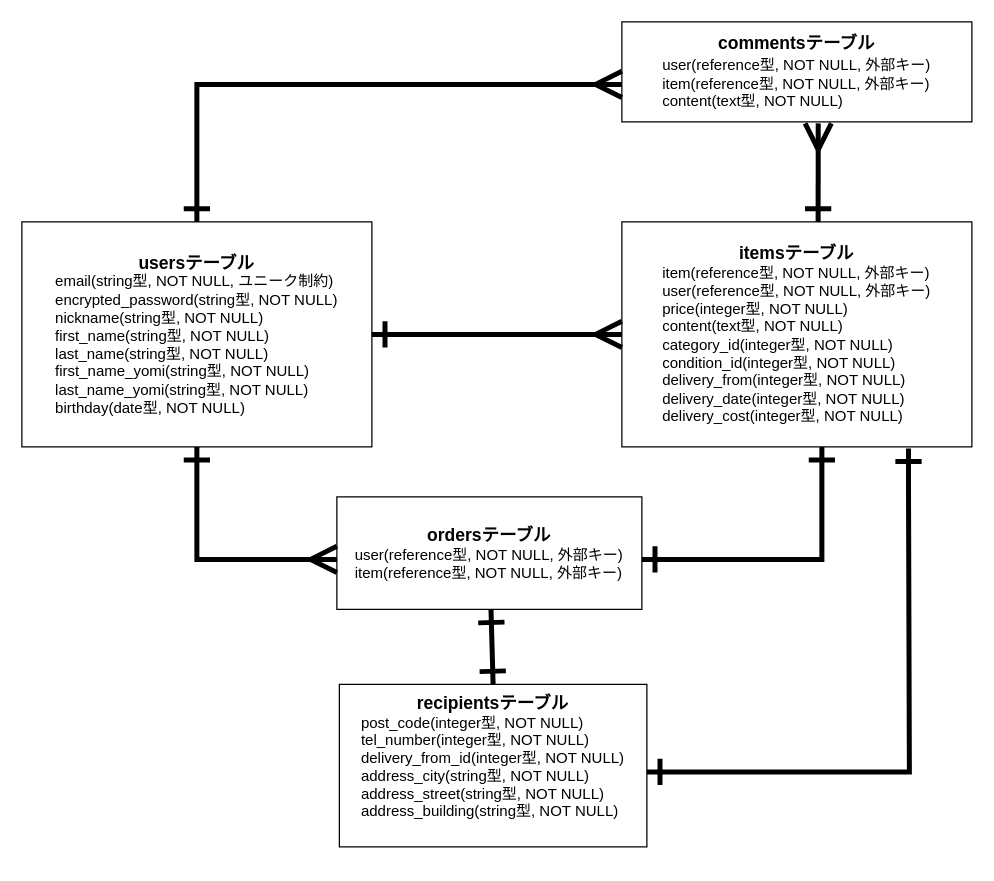
The draw.io diagram config/erzu.dio in tsukitoremon/furima-39857, before the edit. Source tidied: cells renumbered, new cells numbered last; positions are measured from the earlier drawing's top-left corner, leaving out a move shared by most shapes. Both pictures are drawn from the tidied source at 125%, with x=0, y=0 at pixel (21, 21).
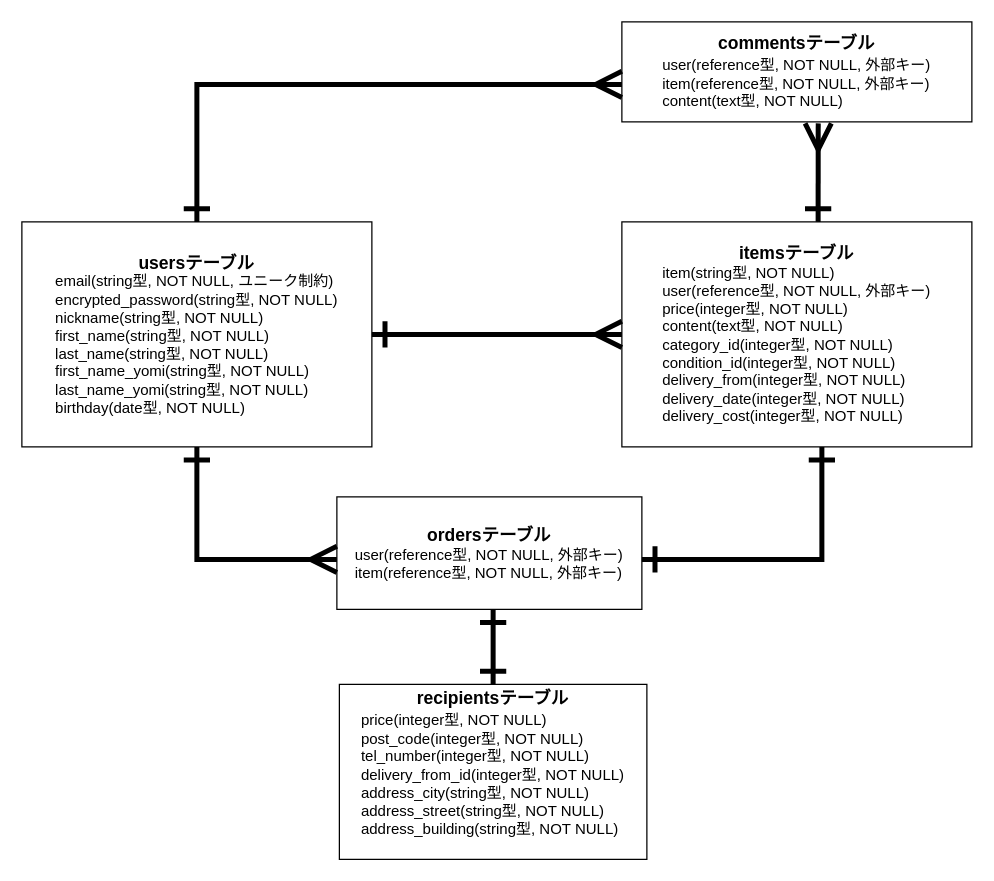
The same page after the edit.

Commit message (it also covers changes not shown here):
#3 データベース設計（再々々々々々々）

The change refers to these unchanged cells:
```xml
<mxCell id="4" value="&lt;font style=&quot;font-size: 14px;&quot;&gt;&lt;b&gt;ordersテーブル&lt;/b&gt;&lt;/font&gt;&lt;br&gt;&lt;div style=&quot;text-align: left;&quot;&gt;&lt;span style=&quot;background-color: initial;&quot;&gt;user(reference型, NOT NULL, 外部キー)&lt;/span&gt;&lt;/div&gt;&lt;div style=&quot;text-align: left;&quot;&gt;&lt;span style=&quot;background-color: initial;&quot;&gt;item(reference型, NOT NULL, 外部キー)&lt;/span&gt;&lt;/div&gt;" style="whiteSpace=wrap;html=1;" parent="1" vertex="1">
  <mxGeometry x="252" y="380" width="244" height="90" as="geometry" />
</mxCell>
```

The edit, as a diff of the source:
```diff
@@
-    <mxCell id="3" value="&lt;font style=&quot;font-size: 14px;&quot;&gt;&lt;b&gt;itemsテーブル&lt;/b&gt;&lt;/font&gt;&lt;br&gt;&lt;div style=&quot;text-align: left;&quot;&gt;&lt;span style=&quot;background-color: initial;&quot;&gt;item(reference型, NOT NULL, 外部キー)&lt;/span&gt;&lt;/div&gt;&lt;div style=&quot;text-align: left;&quot;&gt;&lt;span style=&quot;background-color: initial;&quot;&gt;user(reference型, NOT NULL, 外部キー)&lt;/span&gt;&lt;/div&gt;&lt;div style=&quot;text-align: left;&quot;&gt;price(integer型, NOT NULL)&lt;span style=&quot;background-color: initial;&quot;&gt;&lt;br&gt;&lt;/span&gt;&lt;/div&gt;&lt;div style=&quot;text-align: left;&quot;&gt;content(text型, NOT NULL)&lt;br&gt;&lt;/div&gt;&lt;div style=&quot;text-align: left;&quot;&gt;&lt;span style=&quot;background-color: initial;&quot;&gt;category_id(integer型, NOT NULL)&lt;/span&gt;&lt;/div&gt;&lt;div style=&quot;text-align: left;&quot;&gt;condition_id(integer型, NOT NULL)&lt;span style=&quot;background-color: initial;&quot;&gt;&lt;br&gt;&lt;/span&gt;&lt;/div&gt;&lt;div style=&quot;text-align: left;&quot;&gt;delivery_from(integer型, NOT NULL)&lt;br&gt;&lt;/div&gt;&lt;div style=&quot;text-align: left;&quot;&gt;&lt;span style=&quot;background-color: initial;&quot;&gt;delivery_date(integer型, NOT NULL)&lt;/span&gt;&lt;/div&gt;&lt;div style=&quot;text-align: left;&quot;&gt;delivery_cost(integer型, NOT NULL)&lt;span style=&quot;background-color: initial;&quot;&gt;&lt;br&gt;&lt;/span&gt;&lt;/div&gt;" style="whiteSpace=wrap;html=1;" parent="1" vertex="1">
+    <mxCell id="3" value="&lt;font style=&quot;font-size: 14px;&quot;&gt;&lt;b&gt;itemsテーブル&lt;/b&gt;&lt;/font&gt;&lt;br&gt;&lt;div style=&quot;text-align: left;&quot;&gt;&lt;span style=&quot;background-color: initial;&quot;&gt;item(string型, NOT NULL)&lt;/span&gt;&lt;/div&gt;&lt;div style=&quot;text-align: left;&quot;&gt;&lt;span style=&quot;background-color: initial;&quot;&gt;user(reference型, NOT NULL, 外部キー)&lt;/span&gt;&lt;/div&gt;&lt;div style=&quot;text-align: left;&quot;&gt;price(integer型, NOT NULL)&lt;span style=&quot;background-color: initial;&quot;&gt;&lt;br&gt;&lt;/span&gt;&lt;/div&gt;&lt;div style=&quot;text-align: left;&quot;&gt;content(text型, NOT NULL)&lt;br&gt;&lt;/div&gt;&lt;div style=&quot;text-align: left;&quot;&gt;&lt;span style=&quot;background-color: initial;&quot;&gt;category_id(integer型, NOT NULL)&lt;/span&gt;&lt;/div&gt;&lt;div style=&quot;text-align: left;&quot;&gt;condition_id(integer型, NOT NULL)&lt;span style=&quot;background-color: initial;&quot;&gt;&lt;br&gt;&lt;/span&gt;&lt;/div&gt;&lt;div style=&quot;text-align: left;&quot;&gt;delivery_from(integer型, NOT NULL)&lt;br&gt;&lt;/div&gt;&lt;div style=&quot;text-align: left;&quot;&gt;&lt;span style=&quot;background-color: initial;&quot;&gt;delivery_date(integer型, NOT NULL)&lt;/span&gt;&lt;/div&gt;&lt;div style=&quot;text-align: left;&quot;&gt;delivery_cost(integer型, NOT NULL)&lt;span style=&quot;background-color: initial;&quot;&gt;&lt;br&gt;&lt;/span&gt;&lt;/div&gt;" style="whiteSpace=wrap;html=1;" parent="1" vertex="1">
       <mxGeometry x="480" y="160" width="280" height="180" as="geometry" />
     </mxCell>
@@
-    <mxCell id="11" value="&lt;font style=&quot;font-size: 14px;&quot;&gt;&lt;b&gt;recipientsテーブル&lt;br&gt;&lt;/b&gt;&lt;/font&gt;&lt;div style=&quot;text-align: left;&quot;&gt;&lt;span style=&quot;background-color: initial;&quot;&gt;post_code(integer型, NOT NULL)&lt;/span&gt;&lt;/div&gt;&lt;div style=&quot;text-align: left;&quot;&gt;&lt;span style=&quot;background-color: initial;&quot;&gt;tel_number(integer型, NOT NULL)&lt;/span&gt;&lt;/div&gt;&lt;div style=&quot;text-align: left;&quot;&gt;&lt;span style=&quot;background-color: initial;&quot;&gt;delivery_from_id(integer型, NOT NULL)&lt;/span&gt;&lt;/div&gt;&lt;div style=&quot;text-align: left;&quot;&gt;&lt;span style=&quot;background-color: initial;&quot;&gt;address_city(string型, NOT NULL)&lt;/span&gt;&lt;/div&gt;&lt;div style=&quot;text-align: left;&quot;&gt;address_street(string型, NOT NULL)&lt;span style=&quot;background-color: initial;&quot;&gt;&lt;br&gt;&lt;/span&gt;&lt;/div&gt;&lt;div style=&quot;text-align: left;&quot;&gt;address_building(string型, NOT NULL)&lt;br&gt;&lt;/div&gt;&lt;div style=&quot;text-align: left;&quot;&gt;&lt;br&gt;&lt;/div&gt;" style="whiteSpace=wrap;html=1;" parent="1" vertex="1">
-      <mxGeometry x="254" y="530" width="246" height="130" as="geometry" />
+    <mxCell id="11" value="&lt;font style=&quot;font-size: 14px;&quot;&gt;&lt;b&gt;recipientsテーブル&lt;br&gt;&lt;div style=&quot;text-align: left;&quot;&gt;&lt;span style=&quot;font-size: 12px; background-color: initial; font-weight: normal;&quot;&gt;price(integer型, NOT NULL)&lt;/span&gt;&lt;/div&gt;&lt;/b&gt;&lt;/font&gt;&lt;div style=&quot;text-align: left;&quot;&gt;&lt;span style=&quot;background-color: initial;&quot;&gt;post_code(integer型, NOT NULL)&lt;/span&gt;&lt;/div&gt;&lt;div style=&quot;text-align: left;&quot;&gt;&lt;span style=&quot;background-color: initial;&quot;&gt;tel_number(integer型, NOT NULL)&lt;/span&gt;&lt;/div&gt;&lt;div style=&quot;text-align: left;&quot;&gt;&lt;span style=&quot;background-color: initial;&quot;&gt;delivery_from_id(integer型, NOT NULL)&lt;/span&gt;&lt;/div&gt;&lt;div style=&quot;text-align: left;&quot;&gt;&lt;span style=&quot;background-color: initial;&quot;&gt;address_city(string型, NOT NULL)&lt;/span&gt;&lt;/div&gt;&lt;div style=&quot;text-align: left;&quot;&gt;address_street(string型, NOT NULL)&lt;span style=&quot;background-color: initial;&quot;&gt;&lt;br&gt;&lt;/span&gt;&lt;/div&gt;&lt;div style=&quot;text-align: left;&quot;&gt;address_building(string型, NOT NULL)&lt;br&gt;&lt;/div&gt;&lt;div style=&quot;text-align: left;&quot;&gt;&lt;br&gt;&lt;/div&gt;" style="whiteSpace=wrap;html=1;" parent="1" vertex="1">
+      <mxGeometry x="254" y="530" width="246" height="140" as="geometry" />
     </mxCell>
-    <mxCell id="12" style="edgeStyle=none;jettySize=auto;html=1;endArrow=ERone;startArrow=ERone;endSize=16;startSize=16;strokeWidth=4;startFill=0;endFill=0;exitX=0.5;exitY=0;exitDx=0;exitDy=0;" parent="1" edge="1" source="11" target="4">
-      <mxGeometry relative="1" as="geometry" />
+    <mxCell id="12" style="edgeStyle=none;jettySize=auto;html=1;endArrow=ERone;startArrow=ERone;endSize=16;startSize=16;strokeWidth=4;startFill=0;endFill=0;exitX=0.5;exitY=0;exitDx=0;exitDy=0;" parent="1" edge="1" source="11">
+      <mxGeometry relative="1" as="geometry">
+        <mxPoint x="377" y="470" as="targetPoint" />
+      </mxGeometry>
     </mxCell>
-    <mxCell id="13" style="edgeStyle=orthogonalEdgeStyle;jettySize=auto;html=1;strokeWidth=4;fontSize=14;startArrow=ERone;startFill=0;endArrow=ERone;endFill=0;startSize=16;endSize=16;rounded=0;entryX=0.819;entryY=1.007;entryDx=0;entryDy=0;entryPerimeter=0;exitX=0.819;exitY=1.007;exitDx=0;exitDy=0;exitPerimeter=0;" parent="1" edge="1" source="3">
-      <mxGeometry relative="1" as="geometry">
-        <mxPoint x="500" y="600" as="targetPoint" />
-        <Array as="points">
-          <mxPoint x="709" y="370" />
-          <mxPoint x="710" y="600" />
-        </Array>
-      </mxGeometry>
-    </mxCell>
```
